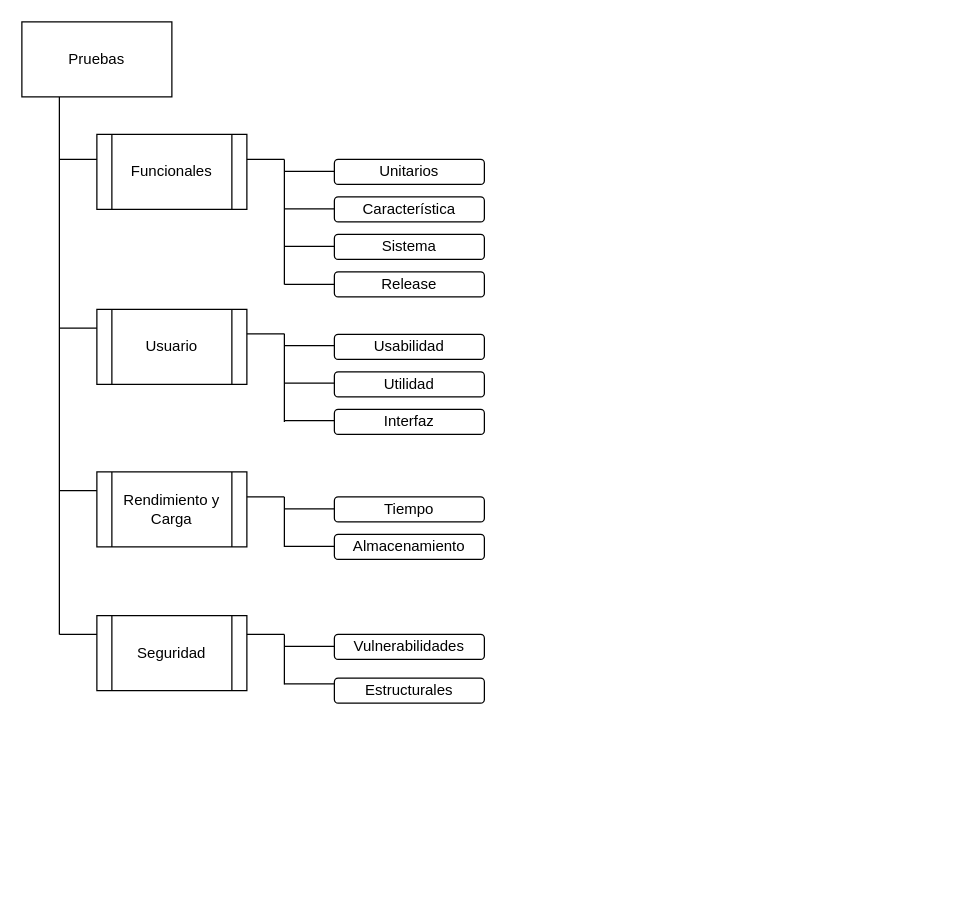
Before: Untitled Diagram.drawio in driversangano/hello-world, a draw.io diagram. Source tidied: cells renumbered, new cells numbered last; positions are measured from the earlier drawing's top-left corner, leaving out a move shared by most shapes. Both pictures are drawn from the tidied source at 125%, with x=0, y=0 at pixel (21, 21).
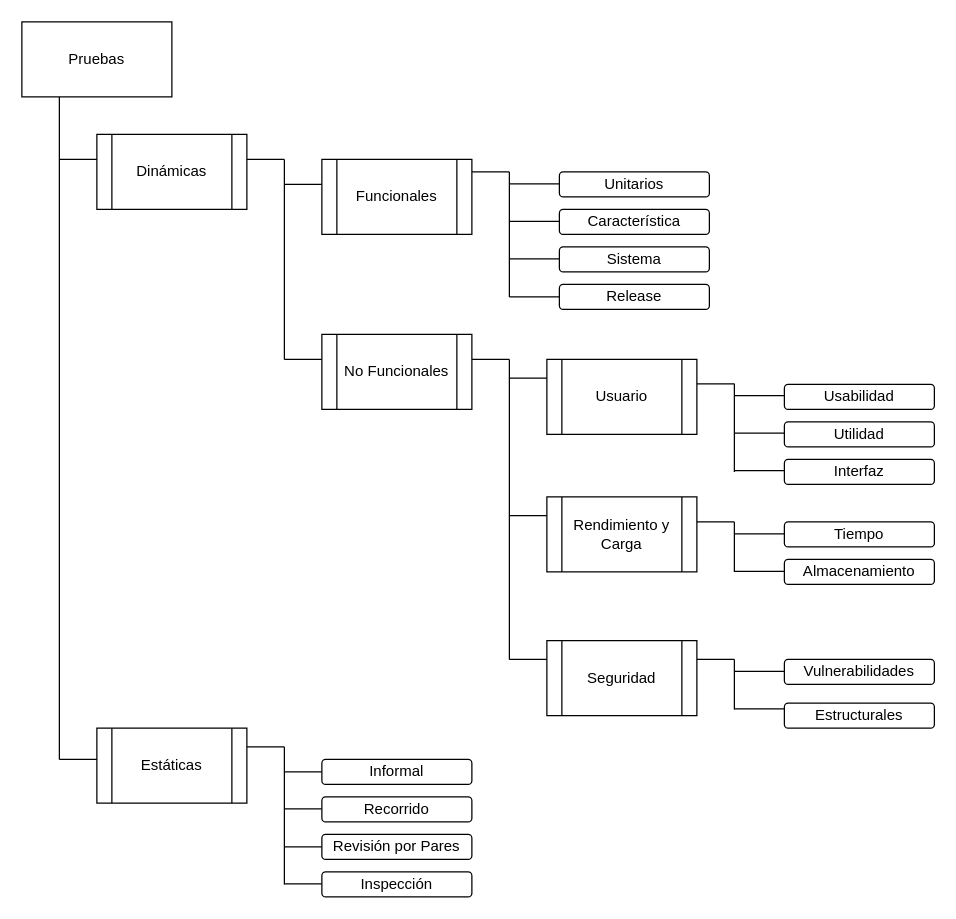
After the change.

Unchanged cells that the change refers to:
```xml
<mxCell id="2" value="Pruebas" style="rounded=0;whiteSpace=wrap;html=1;" parent="1" vertex="1">
  <mxGeometry width="120" height="60" as="geometry" />
</mxCell>
```

The edit, as a diff of the source:
```diff
@@
     <mxCell id="3" value="Funcionales" style="shape=process;whiteSpace=wrap;html=1;backgroundOutline=1;" parent="1" vertex="1">
-      <mxGeometry x="60" y="90" width="120" height="60" as="geometry" />
+      <mxGeometry x="240" y="110" width="120" height="60" as="geometry" />
     </mxCell>
     <mxCell id="4" value="Usuario" style="shape=process;whiteSpace=wrap;html=1;backgroundOutline=1;" parent="1" vertex="1">
-      <mxGeometry x="60" y="230" width="120" height="60" as="geometry" />
+      <mxGeometry x="420" y="270" width="120" height="60" as="geometry" />
     </mxCell>
     <mxCell id="5" value="Rendimiento y Carga" style="shape=process;whiteSpace=wrap;html=1;backgroundOutline=1;" parent="1" vertex="1">
-      <mxGeometry x="60" y="360" width="120" height="60" as="geometry" />
+      <mxGeometry x="420" y="380" width="120" height="60" as="geometry" />
     </mxCell>
     <mxCell id="6" value="Seguridad" style="shape=process;whiteSpace=wrap;html=1;backgroundOutline=1;" parent="1" vertex="1">
-      <mxGeometry x="60" y="475" width="120" height="60" as="geometry" />
+      <mxGeometry x="420" y="495" width="120" height="60" as="geometry" />
     </mxCell>
     <mxCell id="7" style="endArrow=none;html=1;entryX=0.25;entryY=1;entryDx=0;entryDy=0;" parent="1" edge="1" target="2">
       <mxGeometry relative="1" as="geometry">
-        <mxPoint x="30" y="490" as="sourcePoint" />
+        <mxPoint x="30" y="590" as="sourcePoint" />
         <Array as="points">
           <mxPoint x="30" y="230" />
         </Array>
       </mxGeometry>
     </mxCell>
     <mxCell id="8" style="endArrow=none;html=1;" parent="1" edge="1">
       <mxGeometry relative="1" as="geometry">
-        <mxPoint x="30" y="110" as="sourcePoint" />
-        <mxPoint x="60" y="110" as="targetPoint" />
+        <mxPoint x="210" y="130" as="sourcePoint" />
+        <mxPoint x="240" y="130" as="targetPoint" />
       </mxGeometry>
     </mxCell>
     <mxCell id="9" style="endArrow=none;html=1;entryX=0;entryY=0.25;entryDx=0;entryDy=0;" parent="1" edge="1" target="4">
       <mxGeometry relative="1" as="geometry">
-        <mxPoint x="30" y="245" as="sourcePoint" />
+        <mxPoint x="390" y="285" as="sourcePoint" />
       </mxGeometry>
     </mxCell>
     <mxCell id="10" style="endArrow=none;html=1;entryX=0;entryY=0.25;entryDx=0;entryDy=0;" parent="1" edge="1" target="5">
       <mxGeometry relative="1" as="geometry">
-        <mxPoint x="30" y="375" as="sourcePoint" />
+        <mxPoint x="390" y="395" as="sourcePoint" />
       </mxGeometry>
     </mxCell>
     <mxCell id="11" style="endArrow=none;html=1;entryX=0;entryY=0.25;entryDx=0;entryDy=0;" parent="1" edge="1" target="6">
       <mxGeometry relative="1" as="geometry">
-        <mxPoint x="30" y="490" as="sourcePoint" />
+        <mxPoint x="390" y="510" as="sourcePoint" />
       </mxGeometry>
     </mxCell>
     <mxCell id="12" value="Usabilidad" style="rounded=1;whiteSpace=wrap;html=1;" parent="1" vertex="1">
-      <mxGeometry x="250" y="250" width="120" height="20" as="geometry" />
+      <mxGeometry x="610" y="290" width="120" height="20" as="geometry" />
     </mxCell>
     <mxCell id="13" value="Utilidad" style="rounded=1;whiteSpace=wrap;html=1;" parent="1" vertex="1">
-      <mxGeometry x="250" y="280" width="120" height="20" as="geometry" />
+      <mxGeometry x="610" y="320" width="120" height="20" as="geometry" />
     </mxCell>
     <mxCell id="14" value="Interfaz" style="rounded=1;whiteSpace=wrap;html=1;" parent="1" vertex="1">
-      <mxGeometry x="250" y="310" width="120" height="20" as="geometry" />
+      <mxGeometry x="610" y="350" width="120" height="20" as="geometry" />
     </mxCell>
     <mxCell id="15" value="Unitarios" style="rounded=1;whiteSpace=wrap;html=1;" parent="1" vertex="1">
-      <mxGeometry x="250" y="110" width="120" height="20" as="geometry" />
+      <mxGeometry x="430" y="120" width="120" height="20" as="geometry" />
     </mxCell>
     <mxCell id="16" value="Característica" style="rounded=1;whiteSpace=wrap;html=1;" parent="1" vertex="1">
-      <mxGeometry x="250" y="140" width="120" height="20" as="geometry" />
+      <mxGeometry x="430" y="150" width="120" height="20" as="geometry" />
     </mxCell>
     <mxCell id="17" value="Sistema" style="rounded=1;whiteSpace=wrap;html=1;" parent="1" vertex="1">
-      <mxGeometry x="250" y="170" width="120" height="20" as="geometry" />
+      <mxGeometry x="430" y="180" width="120" height="20" as="geometry" />
     </mxCell>
     <mxCell id="18" value="Release" style="rounded=1;whiteSpace=wrap;html=1;" parent="1" vertex="1">
-      <mxGeometry x="250" y="200" width="120" height="20" as="geometry" />
+      <mxGeometry x="430" y="210" width="120" height="20" as="geometry" />
     </mxCell>
     <mxCell id="19" style="endArrow=none;html=1;" parent="1" edge="1">
       <mxGeometry relative="1" as="geometry">
-        <mxPoint x="210" y="210" as="sourcePoint" />
-        <mxPoint x="210" y="110" as="targetPoint" />
+        <mxPoint x="390" y="220" as="sourcePoint" />
+        <mxPoint x="390" y="120" as="targetPoint" />
       </mxGeometry>
     </mxCell>
     <mxCell id="20" style="endArrow=none;html=1;entryX=0;entryY=0.5;entryDx=0;entryDy=0;" parent="1" edge="1" target="18">
       <mxGeometry relative="1" as="geometry">
-        <mxPoint x="210" y="210" as="sourcePoint" />
+        <mxPoint x="390" y="220" as="sourcePoint" />
       </mxGeometry>
     </mxCell>
     <mxCell id="21" style="endArrow=none;html=1;entryX=0;entryY=0.5;entryDx=0;entryDy=0;" parent="1" edge="1">
       <mxGeometry relative="1" as="geometry">
-        <mxPoint x="210" y="149.5" as="sourcePoint" />
-        <mxPoint x="250" y="149.5" as="targetPoint" />
+        <mxPoint x="390" y="159.5" as="sourcePoint" />
+        <mxPoint x="430" y="159.5" as="targetPoint" />
       </mxGeometry>
     </mxCell>
     <mxCell id="22" style="endArrow=none;html=1;entryX=0;entryY=0.5;entryDx=0;entryDy=0;" parent="1" edge="1">
       <mxGeometry relative="1" as="geometry">
-        <mxPoint x="210" y="179.5" as="sourcePoint" />
-        <mxPoint x="250" y="179.5" as="targetPoint" />
+        <mxPoint x="390" y="189.5" as="sourcePoint" />
+        <mxPoint x="430" y="189.5" as="targetPoint" />
       </mxGeometry>
     </mxCell>
     <mxCell id="23" style="endArrow=none;html=1;entryX=0;entryY=0.5;entryDx=0;entryDy=0;" parent="1" edge="1">
       <mxGeometry relative="1" as="geometry">
-        <mxPoint x="210" y="119.5" as="sourcePoint" />
-        <mxPoint x="250" y="119.5" as="targetPoint" />
+        <mxPoint x="390" y="129.5" as="sourcePoint" />
+        <mxPoint x="430" y="129.5" as="targetPoint" />
       </mxGeometry>
     </mxCell>
     <mxCell id="24" style="endArrow=none;html=1;" parent="1" edge="1">
       <mxGeometry relative="1" as="geometry">
-        <mxPoint x="180" y="110" as="sourcePoint" />
-        <mxPoint x="210" y="110" as="targetPoint" />
+        <mxPoint x="360" y="120" as="sourcePoint" />
+        <mxPoint x="390" y="120" as="targetPoint" />
       </mxGeometry>
     </mxCell>
     <mxCell id="25" style="endArrow=none;html=1;" parent="1" edge="1">
       <mxGeometry relative="1" as="geometry">
-        <mxPoint x="210" y="320" as="sourcePoint" />
-        <mxPoint x="210" y="249.5" as="targetPoint" />
+        <mxPoint x="570" y="360" as="sourcePoint" />
+        <mxPoint x="570" y="289.5" as="targetPoint" />
       </mxGeometry>
     </mxCell>
     <mxCell id="26" style="endArrow=none;html=1;entryX=0;entryY=0.5;entryDx=0;entryDy=0;" parent="1" edge="1">
       <mxGeometry relative="1" as="geometry">
-        <mxPoint x="210" y="289" as="sourcePoint" />
-        <mxPoint x="250" y="289" as="targetPoint" />
+        <mxPoint x="570" y="329" as="sourcePoint" />
+        <mxPoint x="610" y="329" as="targetPoint" />
       </mxGeometry>
     </mxCell>
     <mxCell id="27" style="endArrow=none;html=1;entryX=0;entryY=0.5;entryDx=0;entryDy=0;" parent="1" edge="1">
       <mxGeometry relative="1" as="geometry">
-        <mxPoint x="210" y="319" as="sourcePoint" />
-        <mxPoint x="250" y="319" as="targetPoint" />
+        <mxPoint x="570" y="359" as="sourcePoint" />
+        <mxPoint x="610" y="359" as="targetPoint" />
       </mxGeometry>
     </mxCell>
     <mxCell id="28" style="endArrow=none;html=1;entryX=0;entryY=0.5;entryDx=0;entryDy=0;" parent="1" edge="1">
       <mxGeometry relative="1" as="geometry">
-        <mxPoint x="210" y="259" as="sourcePoint" />
-        <mxPoint x="250" y="259" as="targetPoint" />
+        <mxPoint x="570" y="299" as="sourcePoint" />
+        <mxPoint x="610" y="299" as="targetPoint" />
       </mxGeometry>
     </mxCell>
     <mxCell id="29" style="endArrow=none;html=1;" parent="1" edge="1">
       <mxGeometry relative="1" as="geometry">
-        <mxPoint x="180" y="249.5" as="sourcePoint" />
-        <mxPoint x="210" y="249.5" as="targetPoint" />
+        <mxPoint x="540" y="289.5" as="sourcePoint" />
+        <mxPoint x="570" y="289.5" as="targetPoint" />
       </mxGeometry>
     </mxCell>
     <mxCell id="30" style="endArrow=none;html=1;" parent="1" edge="1">
       <mxGeometry relative="1" as="geometry">
-        <mxPoint x="210" y="420" as="sourcePoint" />
-        <mxPoint x="210" y="380" as="targetPoint" />
+        <mxPoint x="570" y="440" as="sourcePoint" />
+        <mxPoint x="570" y="400" as="targetPoint" />
       </mxGeometry>
     </mxCell>
     <mxCell id="31" style="endArrow=none;html=1;entryX=0;entryY=0.5;entryDx=0;entryDy=0;" parent="1" edge="1">
       <mxGeometry relative="1" as="geometry">
-        <mxPoint x="210" y="419.5" as="sourcePoint" />
-        <mxPoint x="250" y="419.5" as="targetPoint" />
+        <mxPoint x="570" y="439.5" as="sourcePoint" />
+        <mxPoint x="610" y="439.5" as="targetPoint" />
       </mxGeometry>
     </mxCell>
     <mxCell id="32" style="endArrow=none;html=1;entryX=0;entryY=0.5;entryDx=0;entryDy=0;" parent="1" edge="1">
       <mxGeometry relative="1" as="geometry">
-        <mxPoint x="210" y="389.5" as="sourcePoint" />
-        <mxPoint x="250" y="389.5" as="targetPoint" />
+        <mxPoint x="570" y="409.5" as="sourcePoint" />
+        <mxPoint x="610" y="409.5" as="targetPoint" />
       </mxGeometry>
     </mxCell>
     <mxCell id="33" style="endArrow=none;html=1;" parent="1" edge="1">
       <mxGeometry relative="1" as="geometry">
-        <mxPoint x="180" y="380" as="sourcePoint" />
-        <mxPoint x="210" y="380" as="targetPoint" />
+        <mxPoint x="540" y="400" as="sourcePoint" />
+        <mxPoint x="570" y="400" as="targetPoint" />
       </mxGeometry>
     </mxCell>
     <mxCell id="34" value="Tiempo" style="rounded=1;whiteSpace=wrap;html=1;" parent="1" vertex="1">
-      <mxGeometry x="250" y="380" width="120" height="20" as="geometry" />
+      <mxGeometry x="610" y="400" width="120" height="20" as="geometry" />
     </mxCell>
     <mxCell id="35" value="Almacenamiento" style="rounded=1;whiteSpace=wrap;html=1;" parent="1" vertex="1">
-      <mxGeometry x="250" y="410" width="120" height="20" as="geometry" />
+      <mxGeometry x="610" y="430" width="120" height="20" as="geometry" />
     </mxCell>
     <mxCell id="36" style="endArrow=none;html=1;" parent="1" edge="1">
       <mxGeometry relative="1" as="geometry">
-        <mxPoint x="210" y="530" as="sourcePoint" />
-        <mxPoint x="210" y="490" as="targetPoint" />
+        <mxPoint x="570" y="550" as="sourcePoint" />
+        <mxPoint x="570" y="510" as="targetPoint" />
       </mxGeometry>
     </mxCell>
     <mxCell id="37" style="endArrow=none;html=1;entryX=0;entryY=0.5;entryDx=0;entryDy=0;" parent="1" edge="1">
       <mxGeometry relative="1" as="geometry">
-        <mxPoint x="210" y="529.5" as="sourcePoint" />
-        <mxPoint x="250" y="529.5" as="targetPoint" />
+        <mxPoint x="570" y="549.5" as="sourcePoint" />
+        <mxPoint x="610" y="549.5" as="targetPoint" />
       </mxGeometry>
     </mxCell>
     <mxCell id="38" style="endArrow=none;html=1;entryX=0;entryY=0.5;entryDx=0;entryDy=0;" parent="1" edge="1">
       <mxGeometry relative="1" as="geometry">
-        <mxPoint x="210" y="499.5" as="sourcePoint" />
-        <mxPoint x="250" y="499.5" as="targetPoint" />
+        <mxPoint x="570" y="519.5" as="sourcePoint" />
+        <mxPoint x="610" y="519.5" as="targetPoint" />
       </mxGeometry>
     </mxCell>
     <mxCell id="39" style="endArrow=none;html=1;" parent="1" edge="1">
       <mxGeometry relative="1" as="geometry">
-        <mxPoint x="180" y="490" as="sourcePoint" />
-        <mxPoint x="210" y="490" as="targetPoint" />
+        <mxPoint x="540" y="510" as="sourcePoint" />
+        <mxPoint x="570" y="510" as="targetPoint" />
       </mxGeometry>
     </mxCell>
     <mxCell id="40" value="Vulnerabilidades" style="rounded=1;whiteSpace=wrap;html=1;" parent="1" vertex="1">
-      <mxGeometry x="250" y="490" width="120" height="20" as="geometry" />
+      <mxGeometry x="610" y="510" width="120" height="20" as="geometry" />
     </mxCell>
     <mxCell id="41" value="Estructurales" style="rounded=1;whiteSpace=wrap;html=1;" parent="1" vertex="1">
-      <mxGeometry x="250" y="525" width="120" height="20" as="geometry" />
+      <mxGeometry x="610" y="545" width="120" height="20" as="geometry" />
     </mxCell>
+    <mxCell id="42" value="No Funcionales" style="shape=process;whiteSpace=wrap;html=1;backgroundOutline=1;" parent="1" vertex="1">
+      <mxGeometry x="240" y="250" width="120" height="60" as="geometry" />
+    </mxCell>
+    <mxCell id="43" style="endArrow=none;html=1;" parent="1" edge="1">
+      <mxGeometry relative="1" as="geometry">
+        <mxPoint x="360" y="270" as="sourcePoint" />
+        <mxPoint x="390" y="270" as="targetPoint" />
+      </mxGeometry>
+    </mxCell>
+    <mxCell id="44" style="endArrow=none;html=1;" parent="1" edge="1">
+      <mxGeometry relative="1" as="geometry">
+        <mxPoint x="390" y="510" as="sourcePoint" />
+        <mxPoint x="390" y="270" as="targetPoint" />
+      </mxGeometry>
+    </mxCell>
+    <mxCell id="45" style="endArrow=none;html=1;" parent="1" edge="1">
+      <mxGeometry relative="1" as="geometry">
+        <mxPoint x="210" y="270" as="sourcePoint" />
+        <mxPoint x="240" y="270" as="targetPoint" />
+      </mxGeometry>
+    </mxCell>
+    <mxCell id="46" value="Dinámicas" style="shape=process;whiteSpace=wrap;html=1;backgroundOutline=1;" parent="1" vertex="1">
+      <mxGeometry x="60" y="90" width="120" height="60" as="geometry" />
+    </mxCell>
+    <mxCell id="47" style="endArrow=none;html=1;" parent="1" edge="1">
+      <mxGeometry relative="1" as="geometry">
+        <mxPoint x="30" y="110" as="sourcePoint" />
+        <mxPoint x="60" y="110" as="targetPoint" />
+      </mxGeometry>
+    </mxCell>
+    <mxCell id="48" style="endArrow=none;html=1;" parent="1" edge="1">
+      <mxGeometry relative="1" as="geometry">
+        <mxPoint x="210" y="270" as="sourcePoint" />
+        <mxPoint x="210" y="110" as="targetPoint" />
+      </mxGeometry>
+    </mxCell>
+    <mxCell id="49" style="endArrow=none;html=1;" parent="1" edge="1">
+      <mxGeometry relative="1" as="geometry">
+        <mxPoint x="180" y="110" as="sourcePoint" />
+        <mxPoint x="210" y="110" as="targetPoint" />
+      </mxGeometry>
+    </mxCell>
+    <mxCell id="50" value="Estáticas" style="shape=process;whiteSpace=wrap;html=1;backgroundOutline=1;" parent="1" vertex="1">
+      <mxGeometry x="60" y="565" width="120" height="60" as="geometry" />
+    </mxCell>
+    <mxCell id="51" style="endArrow=none;html=1;" parent="1" edge="1">
+      <mxGeometry relative="1" as="geometry">
+        <mxPoint x="30" y="590" as="sourcePoint" />
+        <mxPoint x="60" y="590" as="targetPoint" />
+      </mxGeometry>
+    </mxCell>
+    <mxCell id="52" style="endArrow=none;html=1;" parent="1" edge="1">
+      <mxGeometry relative="1" as="geometry">
+        <mxPoint x="210" y="600" as="sourcePoint" />
+        <mxPoint x="240" y="600" as="targetPoint" />
+      </mxGeometry>
+    </mxCell>
+    <mxCell id="53" style="endArrow=none;html=1;" parent="1" edge="1">
+      <mxGeometry relative="1" as="geometry">
+        <mxPoint x="210" y="629.5" as="sourcePoint" />
+        <mxPoint x="240" y="629.5" as="targetPoint" />
+      </mxGeometry>
+    </mxCell>
+    <mxCell id="54" style="endArrow=none;html=1;" parent="1" edge="1">
+      <mxGeometry relative="1" as="geometry">
+        <mxPoint x="210" y="690" as="sourcePoint" />
+        <mxPoint x="210" y="580" as="targetPoint" />
+      </mxGeometry>
+    </mxCell>
+    <mxCell id="55" style="endArrow=none;html=1;" parent="1" edge="1">
+      <mxGeometry relative="1" as="geometry">
+        <mxPoint x="180" y="580" as="sourcePoint" />
+        <mxPoint x="210" y="580" as="targetPoint" />
+      </mxGeometry>
+    </mxCell>
+    <mxCell id="56" value="Informal" style="rounded=1;whiteSpace=wrap;html=1;" parent="1" vertex="1">
+      <mxGeometry x="240" y="590" width="120" height="20" as="geometry" />
+    </mxCell>
+    <mxCell id="57" value="Recorrido" style="rounded=1;whiteSpace=wrap;html=1;" parent="1" vertex="1">
+      <mxGeometry x="240" y="620" width="120" height="20" as="geometry" />
+    </mxCell>
+    <mxCell id="58" style="endArrow=none;html=1;" parent="1" edge="1">
+      <mxGeometry relative="1" as="geometry">
+        <mxPoint x="210" y="660" as="sourcePoint" />
+        <mxPoint x="240" y="660" as="targetPoint" />
+      </mxGeometry>
+    </mxCell>
+    <mxCell id="59" style="endArrow=none;html=1;" parent="1" edge="1">
+      <mxGeometry relative="1" as="geometry">
+        <mxPoint x="210" y="689.5" as="sourcePoint" />
+        <mxPoint x="240" y="689.5" as="targetPoint" />
+      </mxGeometry>
+    </mxCell>
+    <mxCell id="60" value="Revisión por Pares" style="rounded=1;whiteSpace=wrap;html=1;" parent="1" vertex="1">
+      <mxGeometry x="240" y="650" width="120" height="20" as="geometry" />
+    </mxCell>
+    <mxCell id="61" value="Inspección" style="rounded=1;whiteSpace=wrap;html=1;" parent="1" vertex="1">
+      <mxGeometry x="240" y="680" width="120" height="20" as="geometry" />
+    </mxCell>
```
